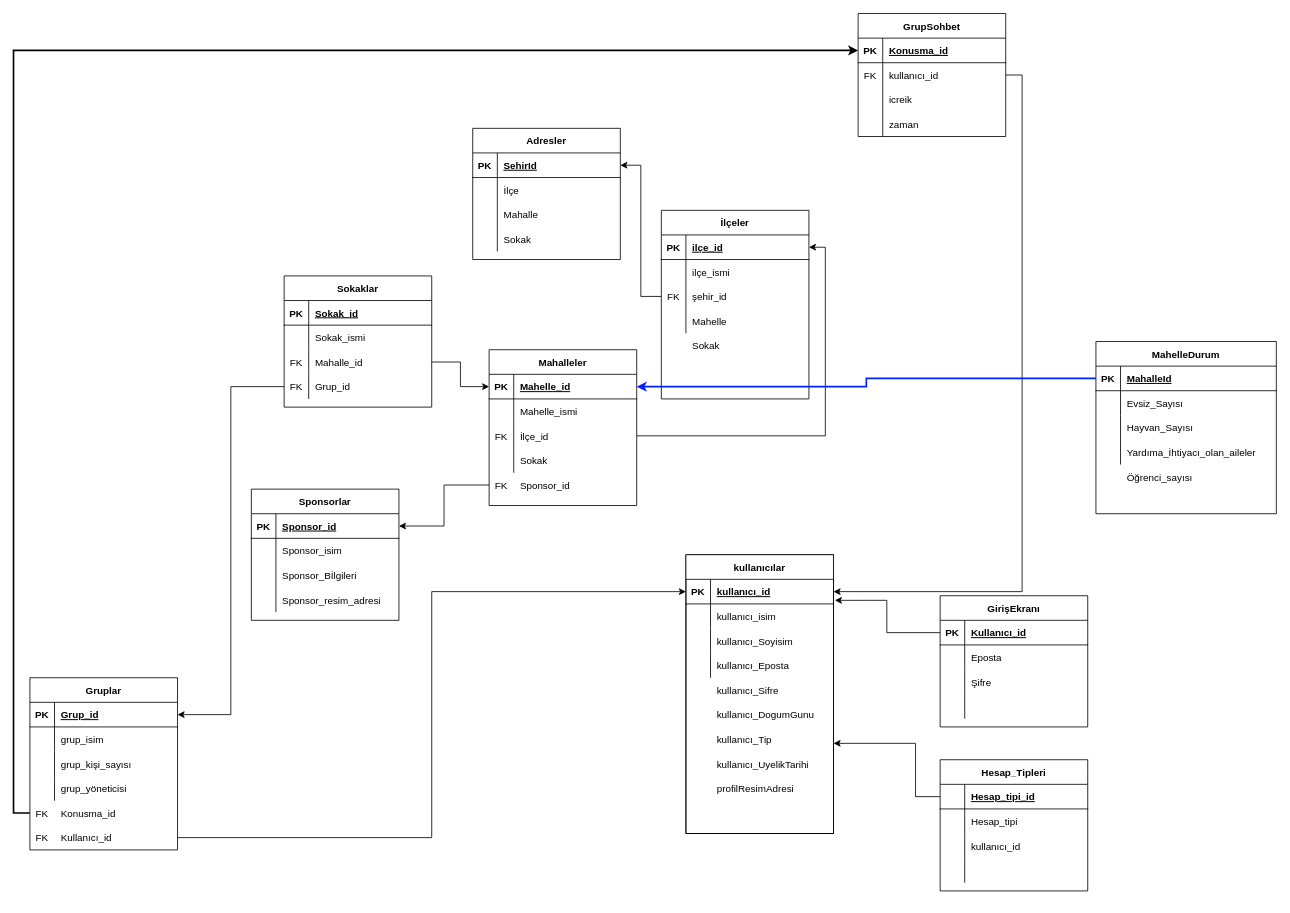
Before: Untitled Diagram.drawio in KeremAyseli/asevi, a draw.io diagram. Source tidied: cells renumbered, new cells numbered last; positions are measured from the earlier drawing's top-left corner, leaving out a move shared by most shapes. Both pictures are drawn from the tidied source at 82%, with x=0, y=0 at pixel (30, 13).
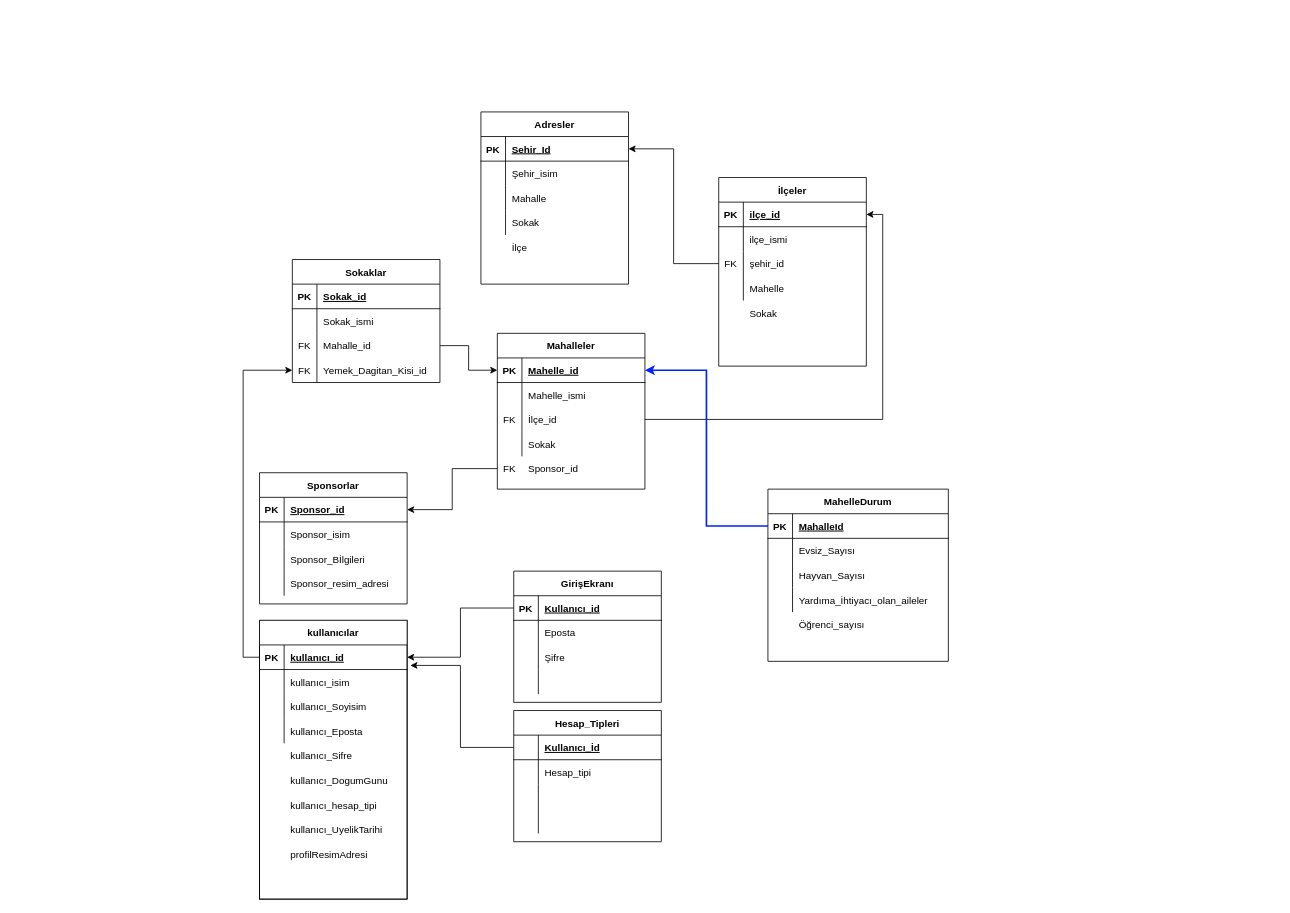
Above is the later version.

Unchanged cells that the change refers to:
```xml
<mxCell id="3" style="group;" parent="2" vertex="1">
  <mxGeometry width="180" height="340" as="geometry" />
</mxCell>
<mxCell id="5" style="shape=partialRectangle;fillColor=none;top=0;left=0;bottom=1;right=0;points=[[0,0.5],[1,0.5]];portConstraint=eastwest;" parent="4" vertex="1">
  <mxGeometry y="30" width="180" height="30" as="geometry" />
</mxCell>
<mxCell id="8" style="shape=partialRectangle;fillColor=none;top=0;left=0;bottom=0;right=0;points=[[0,0.5],[1,0.5]];portConstraint=eastwest;" parent="4" vertex="1">
  <mxGeometry y="60" width="180" height="30" as="geometry" />
</mxCell>
<mxCell id="23" style="shape=partialRectangle;fillColor=none;top=0;left=0;bottom=1;right=0;points=[[0,0.5],[1,0.5]];portConstraint=eastwest;" parent="22" vertex="1">
  <mxGeometry y="30" width="180" height="30" as="geometry" />
</mxCell>
<mxCell id="26" style="shape=partialRectangle;fillColor=none;top=0;left=0;bottom=0;right=0;" parent="22" vertex="1">
  <mxGeometry y="60" width="180" height="30" as="geometry" />
</mxCell>
<mxCell id="88" style="shape=partialRectangle;fillColor=none;top=0;left=0;bottom=0;right=0;points=[[0,0.5],[1,0.5]];portConstraint=eastwest;" parent="78" vertex="1">
  <mxGeometry y="120" width="180" height="30" as="geometry" />
</mxCell>
<mxCell id="116" style="shape=partialRectangle;fillColor=none;top=0;left=0;bottom=1;right=0;points=[[0,0.5],[1,0.5]];portConstraint=eastwest;" parent="115" vertex="1">
  <mxGeometry y="30" width="180" height="30" as="geometry" />
</mxCell>
<mxCell id="135" style="shape=partialRectangle;fillColor=none;top=0;left=0;bottom=1;right=0;points=[[0,0.5],[1,0.5]];portConstraint=eastwest;" parent="134" vertex="1">
  <mxGeometry y="30" width="180" height="30" as="geometry" />
</mxCell>
<mxCell id="141" style="shape=partialRectangle;fillColor=none;top=0;left=0;bottom=0;right=0;" parent="134" vertex="1">
  <mxGeometry y="90" width="180" height="30" as="geometry" />
</mxCell>
<mxCell id="148" style="shape=partialRectangle;fillColor=none;top=0;left=0;bottom=1;right=0;points=[[0,0.5],[1,0.5]];portConstraint=eastwest;" parent="147" vertex="1">
  <mxGeometry y="30" width="180" height="30" as="geometry" />
</mxCell>
<mxCell id="163" style="shape=partialRectangle;fillColor=none;top=0;left=0;bottom=1;right=0;points=[[0,0.5],[1,0.5]];portConstraint=eastwest;" parent="162" vertex="1">
  <mxGeometry y="30" width="220" height="30" as="geometry" />
</mxCell>
```

The edit, as a diff of the source:
```diff
@@
     <mxCell id="2" style="group;strokeColor=#000000;" parent="1" vertex="1">
-      <mxGeometry x="800" y="660" width="180" height="340" as="geometry" />
+      <mxGeometry x="280" y="740" width="180" height="340" as="geometry" />
     </mxCell>
@@
-    <mxCell id="19" value="kullanıcı_Tip" style="shape=partialRectangle;fillColor=none;top=0;left=0;bottom=0;right=0;align=left;spacingLeft=6;overflow=hidden;" parent="3" vertex="1">
-      <mxGeometry x="30" y="210" width="150" height="30" as="geometry" />
-    </mxCell>
@@
+    <mxCell id="179" style="shape=partialRectangle;fillColor=none;top=0;left=0;bottom=0;right=0;" parent="3" vertex="1">
+      <mxGeometry y="210" width="180" height="30" as="geometry" />
+    </mxCell>
+    <mxCell id="180" style="shape=partialRectangle;fillColor=none;top=0;left=0;bottom=0;right=0;overflow=hidden;" parent="179" vertex="1">
+      <mxGeometry width="30" height="30" as="geometry" />
+    </mxCell>
+    <mxCell id="181" value="kullanıcı_hesap_tipi" style="shape=partialRectangle;fillColor=none;top=0;left=0;bottom=0;right=0;align=left;spacingLeft=6;overflow=hidden;" parent="179" vertex="1">
+      <mxGeometry x="30" width="150" height="30" as="geometry" />
+    </mxCell>
     <mxCell id="22" value="Adresler" style="shape=table;startSize=30;childLayout=tableLayout;rowLines=0;fontStyle=1;align=center;" parent="1" vertex="1">
-      <mxGeometry x="540" y="140" width="180" height="160" as="geometry" />
+      <mxGeometry x="550" y="120" width="180" height="210" as="geometry" />
     </mxCell>
@@
-    <mxCell id="25" value="SehirId" style="shape=partialRectangle;fillColor=none;top=0;left=0;bottom=0;right=0;align=left;spacingLeft=6;fontStyle=5;overflow=hidden;" parent="23" vertex="1">
+    <mxCell id="25" value="Sehir_Id" style="shape=partialRectangle;fillColor=none;top=0;left=0;bottom=0;right=0;align=left;spacingLeft=6;fontStyle=5;overflow=hidden;" parent="23" vertex="1">
       <mxGeometry x="30" width="150" height="30" as="geometry" />
     </mxCell>
@@
-    <mxCell id="28" value="İlçe" style="shape=partialRectangle;fillColor=none;top=0;left=0;bottom=0;right=0;align=left;spacingLeft=6;overflow=hidden;" parent="26" vertex="1">
+    <mxCell id="28" value="Şehir_isim" style="shape=partialRectangle;fillColor=none;top=0;left=0;bottom=0;right=0;align=left;spacingLeft=6;overflow=hidden;" parent="26" vertex="1">
       <mxGeometry x="30" width="150" height="30" as="geometry" />
     </mxCell>
@@
     <mxCell id="35" value="Sponsorlar" style="shape=table;startSize=30;childLayout=tableLayout;rowLines=0;fontStyle=1;align=center;" parent="1" vertex="1">
-      <mxGeometry x="270" y="580" width="180" height="160" as="geometry" />
+      <mxGeometry x="280" y="560" width="180" height="160" as="geometry" />
     </mxCell>
@@
-    <mxCell id="48" value="GrupSohbet" style="shape=table;startSize=30;childLayout=tableLayout;rowLines=0;fontStyle=1;align=center;" parent="1" vertex="1">
-      <mxGeometry x="1010" width="180" height="150" as="geometry" />
-    </mxCell>
-    <mxCell id="49" style="shape=partialRectangle;fillColor=none;top=0;left=0;bottom=1;right=0;points=[[0,0.5],[1,0.5]];portConstraint=eastwest;" parent="48" vertex="1">
-      <mxGeometry y="30" width="180" height="30" as="geometry" />
-    </mxCell>
-    <mxCell id="50" value="PK" style="shape=partialRectangle;fillColor=none;top=0;left=0;bottom=0;right=0;fontStyle=1;overflow=hidden;" parent="49" vertex="1">
-      <mxGeometry width="30" height="30" as="geometry" />
-    </mxCell>
-    <mxCell id="51" value="Konusma_id" style="shape=partialRectangle;fillColor=none;top=0;left=0;bottom=0;right=0;align=left;spacingLeft=6;fontStyle=5;overflow=hidden;" parent="49" vertex="1">
-      <mxGeometry x="30" width="150" height="30" as="geometry" />
-    </mxCell>
-    <mxCell id="52" style="shape=partialRectangle;fillColor=none;top=0;left=0;bottom=0;right=0;points=[[0,0.5],[1,0.5]];portConstraint=eastwest;" parent="48" vertex="1">
-      <mxGeometry y="60" width="180" height="30" as="geometry" />
-    </mxCell>
-    <mxCell id="53" value="FK" style="shape=partialRectangle;fillColor=none;top=0;left=0;bottom=0;right=0;overflow=hidden;" parent="52" vertex="1">
-      <mxGeometry width="30" height="30" as="geometry" />
-    </mxCell>
-    <mxCell id="54" value="kullanıcı_id" style="shape=partialRectangle;fillColor=none;top=0;left=0;bottom=0;right=0;align=left;spacingLeft=6;overflow=hidden;" parent="52" vertex="1">
-      <mxGeometry x="30" width="150" height="30" as="geometry" />
-    </mxCell>
-    <mxCell id="55" style="shape=partialRectangle;fillColor=none;top=0;left=0;bottom=0;right=0;" parent="48" vertex="1">
-      <mxGeometry y="90" width="180" height="30" as="geometry" />
-    </mxCell>
-    <mxCell id="56" style="shape=partialRectangle;fillColor=none;top=0;left=0;bottom=0;right=0;overflow=hidden;" parent="55" vertex="1">
-      <mxGeometry width="30" height="30" as="geometry" />
-    </mxCell>
-    <mxCell id="57" value="icreik" style="shape=partialRectangle;fillColor=none;top=0;left=0;bottom=0;right=0;align=left;spacingLeft=6;overflow=hidden;" parent="55" vertex="1">
-      <mxGeometry x="30" width="150" height="30" as="geometry" />
-    </mxCell>
-    <mxCell id="58" style="shape=partialRectangle;fillColor=none;top=0;left=0;bottom=0;right=0;" parent="48" vertex="1">
-      <mxGeometry y="120" width="180" height="30" as="geometry" />
-    </mxCell>
-    <mxCell id="59" style="shape=partialRectangle;fillColor=none;top=0;left=0;bottom=0;right=0;overflow=hidden;" parent="58" vertex="1">
-      <mxGeometry width="30" height="30" as="geometry" />
-    </mxCell>
-    <mxCell id="60" value="zaman" style="shape=partialRectangle;fillColor=none;top=0;left=0;bottom=0;right=0;align=left;spacingLeft=6;overflow=hidden;" parent="58" vertex="1">
-      <mxGeometry x="30" width="150" height="30" as="geometry" />
-    </mxCell>
@@
     <mxCell id="62" style="group;" parent="1" vertex="1">
-      <mxGeometry x="770" y="240" width="180" height="230" as="geometry" />
+      <mxGeometry x="840" y="200" width="180" height="230" as="geometry" />
     </mxCell>
@@
     <mxCell id="78" value="Sokaklar" style="shape=table;startSize=30;childLayout=tableLayout;rowLines=0;fontStyle=1;align=center;" parent="1" vertex="1">
-      <mxGeometry x="310" y="320" width="180" height="160" as="geometry" />
+      <mxGeometry x="320" y="300" width="180" height="150" as="geometry" />
     </mxCell>
@@
-    <mxCell id="89" value="FK" style="shape=partialRectangle;fillColor=none;top=0;left=0;bottom=0;right=0;overflow=hidden;" parent="88" vertex="1">
+    <mxCell id="89" style="shape=partialRectangle;fillColor=none;top=0;left=0;bottom=0;right=0;overflow=hidden;" parent="88" vertex="1">
       <mxGeometry width="30" height="30" as="geometry" />
     </mxCell>
-    <mxCell id="90" value="Grup_id" style="shape=partialRectangle;fillColor=none;top=0;left=0;bottom=0;right=0;align=left;spacingLeft=6;overflow=hidden;" parent="88" vertex="1">
+    <mxCell id="90" style="shape=partialRectangle;fillColor=none;top=0;left=0;bottom=0;right=0;align=left;spacingLeft=6;overflow=hidden;" parent="88" vertex="1">
       <mxGeometry x="30" width="150" height="30" as="geometry" />
     </mxCell>
@@
-    <mxCell id="92" style="edgeStyle=orthogonalEdgeStyle;rounded=0;jettySize=auto;html=1;exitX=0;exitY=0.5;exitDx=0;exitDy=0;entryX=1;entryY=0.5;entryDx=0;entryDy=0;" parent="1" edge="1" source="88" target="95">
-      <mxGeometry relative="1" as="geometry" />
-    </mxCell>
-    <mxCell id="93" style="group;" parent="1" vertex="1">
-      <mxGeometry y="810" width="180" height="210" as="geometry" />
-    </mxCell>
-    <mxCell id="94" value="Gruplar" style="shape=table;startSize=30;childLayout=tableLayout;rowLines=0;fontStyle=1;align=center;" parent="93" vertex="1">
-      <mxGeometry width="180" height="210" as="geometry" />
-    </mxCell>
-    <mxCell id="95" style="shape=partialRectangle;fillColor=none;top=0;left=0;bottom=1;right=0;points=[[0,0.5],[1,0.5]];portConstraint=eastwest;" parent="94" vertex="1">
-      <mxGeometry y="30" width="180" height="30" as="geometry" />
-    </mxCell>
-    <mxCell id="96" value="PK" style="shape=partialRectangle;fillColor=none;top=0;left=0;bottom=0;right=0;fontStyle=1;overflow=hidden;" parent="95" vertex="1">
-      <mxGeometry width="30" height="30" as="geometry" />
-    </mxCell>
-    <mxCell id="97" value="Grup_id" style="shape=partialRectangle;fillColor=none;top=0;left=0;bottom=0;right=0;align=left;spacingLeft=6;fontStyle=5;overflow=hidden;" parent="95" vertex="1">
-      <mxGeometry x="30" width="150" height="30" as="geometry" />
-    </mxCell>
-    <mxCell id="98" style="shape=partialRectangle;fillColor=none;top=0;left=0;bottom=0;right=0;" parent="94" vertex="1">
-      <mxGeometry y="60" width="180" height="30" as="geometry" />
-    </mxCell>
-    <mxCell id="99" style="shape=partialRectangle;fillColor=none;top=0;left=0;bottom=0;right=0;overflow=hidden;" parent="98" vertex="1">
-      <mxGeometry width="30" height="30" as="geometry" />
-    </mxCell>
-    <mxCell id="100" value="grup_isim" style="shape=partialRectangle;fillColor=none;top=0;left=0;bottom=0;right=0;align=left;spacingLeft=6;overflow=hidden;" parent="98" vertex="1">
-      <mxGeometry x="30" width="150" height="30" as="geometry" />
-    </mxCell>
-    <mxCell id="101" style="shape=partialRectangle;fillColor=none;top=0;left=0;bottom=0;right=0;" parent="94" vertex="1">
-      <mxGeometry y="90" width="180" height="30" as="geometry" />
-    </mxCell>
-    <mxCell id="102" style="shape=partialRectangle;fillColor=none;top=0;left=0;bottom=0;right=0;overflow=hidden;" parent="101" vertex="1">
-      <mxGeometry width="30" height="30" as="geometry" />
-    </mxCell>
-    <mxCell id="103" value="grup_kişi_sayısı" style="shape=partialRectangle;fillColor=none;top=0;left=0;bottom=0;right=0;align=left;spacingLeft=6;overflow=hidden;" parent="101" vertex="1">
-      <mxGeometry x="30" width="150" height="30" as="geometry" />
-    </mxCell>
-    <mxCell id="104" style="shape=partialRectangle;fillColor=none;top=0;left=0;bottom=0;right=0;" parent="94" vertex="1">
-      <mxGeometry y="120" width="180" height="30" as="geometry" />
-    </mxCell>
-    <mxCell id="105" style="shape=partialRectangle;fillColor=none;top=0;left=0;bottom=0;right=0;overflow=hidden;" parent="104" vertex="1">
-      <mxGeometry width="30" height="30" as="geometry" />
-    </mxCell>
-    <mxCell id="106" value="grup_yöneticisi" style="shape=partialRectangle;fillColor=none;top=0;left=0;bottom=0;right=0;align=left;spacingLeft=6;overflow=hidden;" parent="104" vertex="1">
-      <mxGeometry x="30" width="150" height="30" as="geometry" />
-    </mxCell>
-    <mxCell id="107" style="shape=partialRectangle;fillColor=none;top=0;left=0;bottom=0;right=0;points=[[0,0.5],[1,0.5]];portConstraint=eastwest;" parent="93" vertex="1">
-      <mxGeometry y="150" width="180" height="30" as="geometry" />
-    </mxCell>
-    <mxCell id="108" value="FK" style="shape=partialRectangle;fillColor=none;top=0;left=0;bottom=0;right=0;overflow=hidden;" parent="107" vertex="1">
-      <mxGeometry width="30" height="30" as="geometry" />
-    </mxCell>
-    <mxCell id="109" value="Konusma_id" style="shape=partialRectangle;fillColor=none;top=0;left=0;bottom=0;right=0;align=left;spacingLeft=6;overflow=hidden;" parent="107" vertex="1">
-      <mxGeometry x="30" width="150" height="30" as="geometry" />
-    </mxCell>
-    <mxCell id="110" style="shape=partialRectangle;fillColor=none;top=0;left=0;bottom=0;right=0;points=[[0,0.5],[1,0.5]];portConstraint=eastwest;" parent="93" vertex="1">
-      <mxGeometry y="180" width="180" height="30" as="geometry" />
-    </mxCell>
-    <mxCell id="111" value="FK" style="shape=partialRectangle;fillColor=none;top=0;left=0;bottom=0;right=0;overflow=hidden;" parent="110" vertex="1">
-      <mxGeometry width="30" height="30" as="geometry" />
-    </mxCell>
-    <mxCell id="112" value="Kullanıcı_id" style="shape=partialRectangle;fillColor=none;top=0;left=0;bottom=0;right=0;align=left;spacingLeft=6;overflow=hidden;" parent="110" vertex="1">
-      <mxGeometry x="30" width="150" height="30" as="geometry" />
-    </mxCell>
-    <mxCell id="113" style="edgeStyle=orthogonalEdgeStyle;rounded=0;jettySize=auto;html=1;exitX=0;exitY=0.5;exitDx=0;exitDy=0;entryX=0;entryY=0.5;entryDx=0;entryDy=0;strokeWidth=2;strokeColor=#000500;" parent="1" edge="1" source="107" target="49">
-      <mxGeometry relative="1" as="geometry" />
-    </mxCell>
     <mxCell id="114" style="group;" parent="1" vertex="1">
-      <mxGeometry x="560" y="410" width="180" height="190" as="geometry" />
+      <mxGeometry x="570" y="390" width="180" height="190" as="geometry" />
     </mxCell>
@@
-    <mxCell id="131" style="edgeStyle=orthogonalEdgeStyle;rounded=0;jettySize=auto;html=1;entryX=0;entryY=0.5;entryDx=0;entryDy=0;" parent="1" edge="1" source="110" target="5">
-      <mxGeometry relative="1" as="geometry" />
-    </mxCell>
@@
-    <mxCell id="133" style="edgeStyle=orthogonalEdgeStyle;rounded=0;jettySize=auto;html=1;exitX=1;exitY=0.5;exitDx=0;exitDy=0;entryX=1;entryY=0.5;entryDx=0;entryDy=0;" parent="1" edge="1" source="52" target="5">
-      <mxGeometry relative="1" as="geometry" />
-    </mxCell>
     <mxCell id="134" value="Hesap_Tipleri" style="shape=table;startSize=30;childLayout=tableLayout;rowLines=0;fontStyle=1;align=center;" parent="1" vertex="1">
-      <mxGeometry x="1110" y="910" width="180" height="160" as="geometry" />
+      <mxGeometry x="590" y="850" width="180" height="160" as="geometry" />
     </mxCell>
@@
-    <mxCell id="137" value="Hesap_tipi_id" style="shape=partialRectangle;fillColor=none;top=0;left=0;bottom=0;right=0;align=left;spacingLeft=6;fontStyle=5;overflow=hidden;" parent="135" vertex="1">
+    <mxCell id="137" value="Kullanıcı_İd" style="shape=partialRectangle;fillColor=none;top=0;left=0;bottom=0;right=0;align=left;spacingLeft=6;fontStyle=5;overflow=hidden;" parent="135" vertex="1">
       <mxGeometry x="30" width="150" height="30" as="geometry" />
     </mxCell>
@@
-    <mxCell id="143" value="kullanıcı_id" style="shape=partialRectangle;fillColor=none;top=0;left=0;bottom=0;right=0;align=left;spacingLeft=6;overflow=hidden;" parent="141" vertex="1">
+    <mxCell id="143" style="shape=partialRectangle;fillColor=none;top=0;left=0;bottom=0;right=0;align=left;spacingLeft=6;overflow=hidden;" parent="141" vertex="1">
       <mxGeometry x="30" width="150" height="30" as="geometry" />
     </mxCell>
@@
     <mxCell id="147" value="GirişEkranı" style="shape=table;startSize=30;childLayout=tableLayout;rowLines=0;fontStyle=1;align=center;" parent="1" vertex="1">
-      <mxGeometry x="1110" y="710" width="180" height="160" as="geometry" />
+      <mxGeometry x="590" y="680" width="180" height="160" as="geometry" />
     </mxCell>
@@
-    <mxCell id="160" style="edgeStyle=orthogonalEdgeStyle;rounded=0;jettySize=auto;html=1;exitX=0;exitY=0.5;exitDx=0;exitDy=0;entryX=1.009;entryY=0.854;entryDx=0;entryDy=0;entryPerimeter=0;" parent="1" edge="1" source="148" target="5">
-      <mxGeometry relative="1" as="geometry" />
-    </mxCell>
-    <mxCell id="161" style="edgeStyle=orthogonalEdgeStyle;rounded=0;jettySize=auto;html=1;exitX=0;exitY=0.5;exitDx=0;exitDy=0;" parent="1" edge="1" source="135">
-      <mxGeometry relative="1" as="geometry">
-        <mxPoint x="980" y="890" as="targetPoint" />
-        <Array as="points">
-          <mxPoint x="1080" y="955" />
-          <mxPoint x="1080" y="890" />
-        </Array>
-      </mxGeometry>
-    </mxCell>
+    <mxCell id="178" style="edgeStyle=orthogonalEdgeStyle;rounded=0;jettySize=auto;html=1;entryX=1;entryY=0.5;entryDx=0;entryDy=0;fillColor=#1900FF;strokeColor=#0022FF;strokeWidth=2;" parent="1" edge="1" source="163" target="116">
+      <mxGeometry relative="1" as="geometry" />
+    </mxCell>
+    <mxCell id="182" style="shape=partialRectangle;fillColor=none;top=0;left=0;bottom=0;right=0;points=[[0,0.5],[1,0.5]];portConstraint=eastwest;" parent="1" vertex="1">
+      <mxGeometry x="320" y="420" width="180" height="30" as="geometry" />
+    </mxCell>
+    <mxCell id="183" value="FK" style="shape=partialRectangle;fillColor=none;top=0;left=0;bottom=0;right=0;overflow=hidden;" parent="182" vertex="1">
+      <mxGeometry width="30" height="30" as="geometry" />
+    </mxCell>
+    <mxCell id="184" value="Yemek_Dagitan_Kisi_id" style="shape=partialRectangle;fillColor=none;top=0;left=0;bottom=0;right=0;align=left;spacingLeft=6;overflow=hidden;" parent="182" vertex="1">
+      <mxGeometry x="30" width="150" height="30" as="geometry" />
+    </mxCell>
+    <mxCell id="185" style="edgeStyle=orthogonalEdgeStyle;rounded=0;jettySize=auto;html=1;exitX=0;exitY=0.5;exitDx=0;exitDy=0;entryX=0;entryY=0.5;entryDx=0;entryDy=0;" parent="1" edge="1" source="5" target="182">
+      <mxGeometry relative="1" as="geometry" />
+    </mxCell>
+    <mxCell id="186" style="group;" parent="1" vertex="1">
+      <mxGeometry x="900" y="580" width="220" height="210" as="geometry" />
+    </mxCell>
-    <mxCell id="162" value="MahelleDurum" style="shape=table;startSize=30;childLayout=tableLayout;rowLines=0;fontStyle=1;align=center;swimlaneFillColor=none;" parent="1" vertex="1">
-      <mxGeometry x="1300" y="400" width="220" height="210" as="geometry" />
+    <mxCell id="162" value="MahelleDurum" style="shape=table;startSize=30;childLayout=tableLayout;rowLines=0;fontStyle=1;align=center;swimlaneFillColor=none;" parent="186" vertex="1">
+      <mxGeometry width="220" height="210" as="geometry" />
     </mxCell>
@@
-    <mxCell id="175" style="shape=partialRectangle;fillColor=none;top=0;left=0;bottom=0;right=0;" parent="1" vertex="1">
-      <mxGeometry x="1300" y="550" width="220" height="30" as="geometry" />
+    <mxCell id="175" style="shape=partialRectangle;fillColor=none;top=0;left=0;bottom=0;right=0;" parent="186" vertex="1">
+      <mxGeometry y="150" width="220" height="30" as="geometry" />
     </mxCell>
@@
-    <mxCell id="178" style="edgeStyle=orthogonalEdgeStyle;rounded=0;jettySize=auto;html=1;entryX=1;entryY=0.5;entryDx=0;entryDy=0;fillColor=#1900FF;strokeColor=#0022FF;strokeWidth=2;" parent="1" edge="1" source="163" target="116">
-      <mxGeometry relative="1" as="geometry" />
-    </mxCell>
+    <mxCell id="187" style="shape=partialRectangle;fillColor=none;top=0;left=0;bottom=0;right=0;" parent="1" vertex="1">
+      <mxGeometry x="550" y="270" width="180" height="30" as="geometry" />
+    </mxCell>
+    <mxCell id="188" style="shape=partialRectangle;fillColor=none;top=0;left=0;bottom=0;right=0;overflow=hidden;" parent="187" vertex="1">
+      <mxGeometry width="30" height="30" as="geometry" />
+    </mxCell>
+    <mxCell id="189" value="İlçe" style="shape=partialRectangle;fillColor=none;top=0;left=0;bottom=0;right=0;align=left;spacingLeft=6;overflow=hidden;" parent="187" vertex="1">
+      <mxGeometry x="30" width="150" height="30" as="geometry" />
+    </mxCell>
+    <mxCell id="190" style="edgeStyle=orthogonalEdgeStyle;rounded=0;jettySize=auto;html=1;entryX=1.022;entryY=-0.167;entryDx=0;entryDy=0;entryPerimeter=0;" parent="1" edge="1" source="135" target="8">
+      <mxGeometry relative="1" as="geometry" />
+    </mxCell>
+    <mxCell id="160" style="edgeStyle=orthogonalEdgeStyle;rounded=0;jettySize=auto;html=1;exitX=0;exitY=0.5;exitDx=0;exitDy=0;entryX=1;entryY=0.5;entryDx=0;entryDy=0;" parent="1" edge="1" source="148" target="5">
+      <mxGeometry relative="1" as="geometry" />
+    </mxCell>
```
